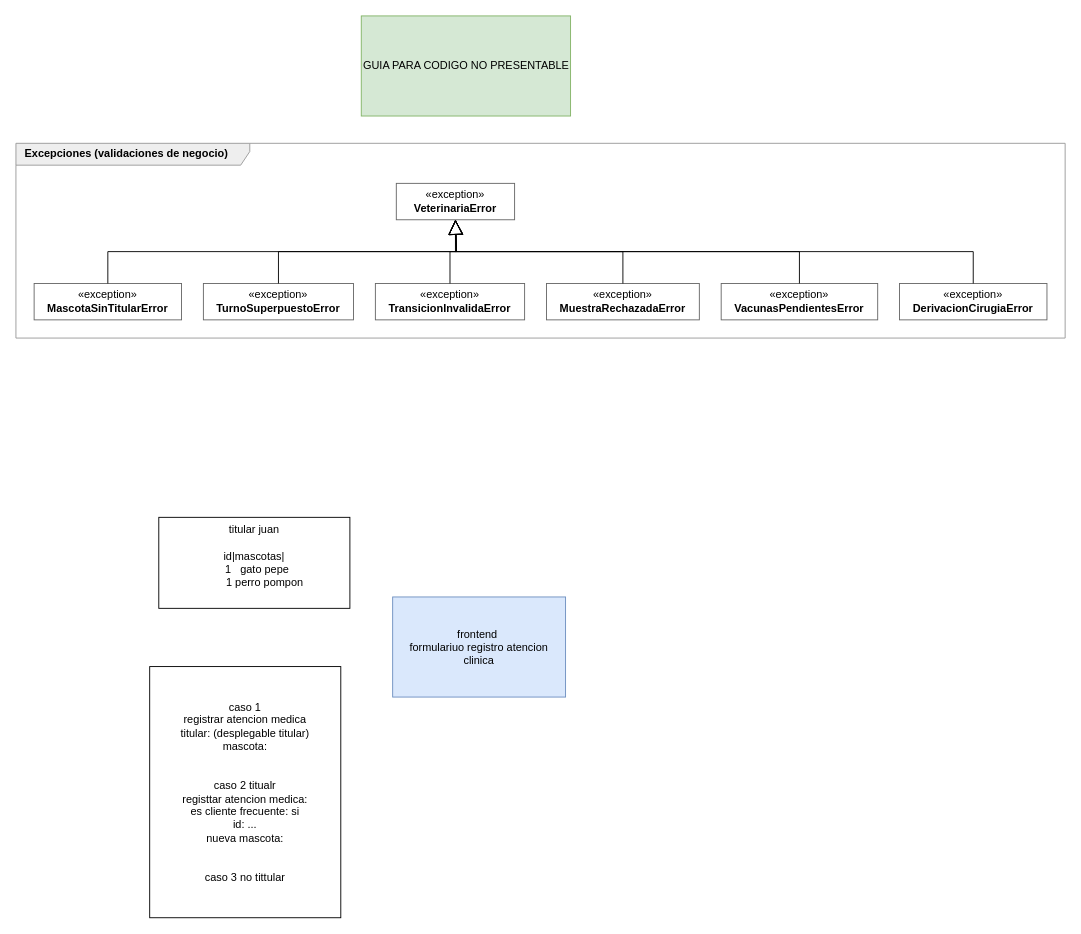
This is page "opciones" (2 of 2) of docs/diagrama_clases_v2.drawio from jessbaigorria/TPI_Veterinaria, a draw.io file, before an edit. Source tidied: cells renumbered, new cells numbered last; positions are measured from the earlier drawing's top-left corner, leaving out a move shared by most shapes. Both pictures are drawn from the tidied source at 91%, with x=0, y=0 at pixel (15, 15).
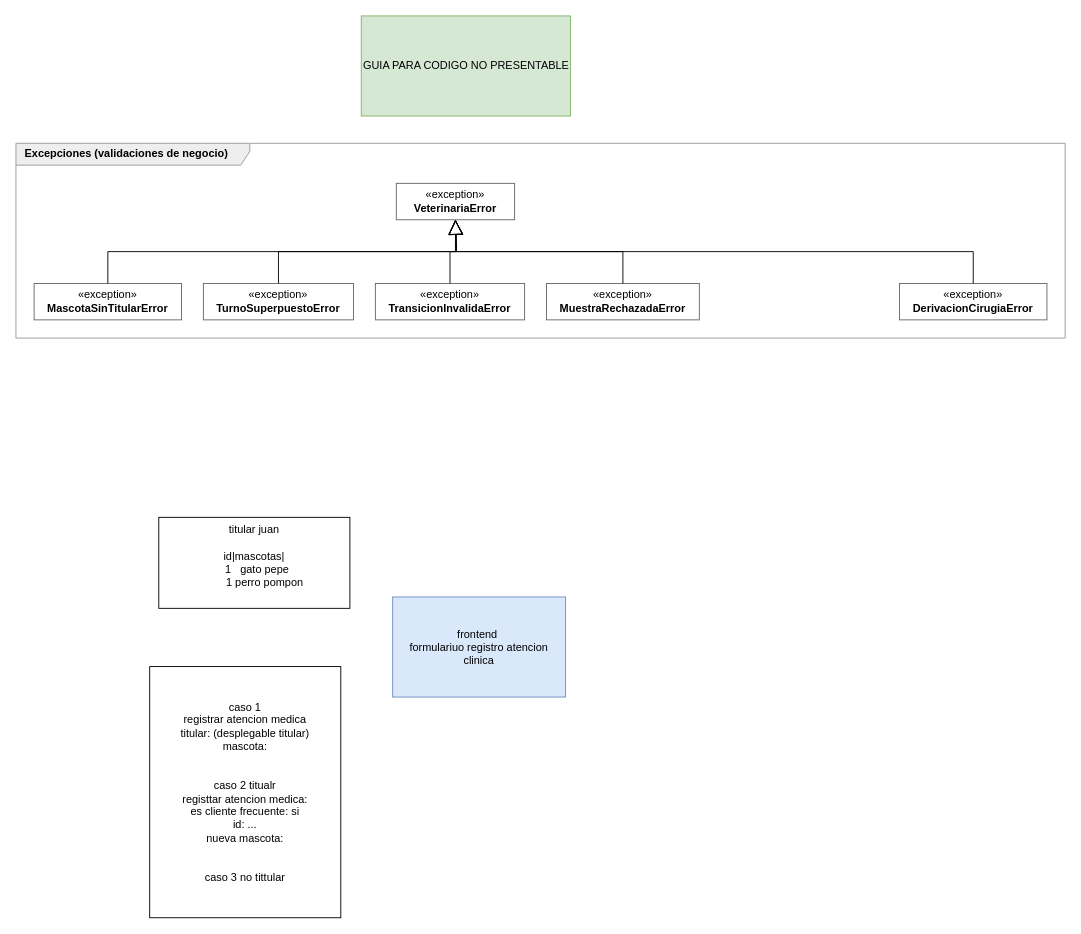
Above is the later version.

The change refers to these unchanged cells:
```xml
<mxCell id="3" value="&amp;laquo;exception&amp;raquo;&lt;br&gt;&lt;b&gt;VeterinariaError&lt;/b&gt;" style="rounded=0;whiteSpace=wrap;html=1;fillColor=#ffffff;strokeColor=#666666;fontSize=12;" parent="1" vertex="1">
  <mxGeometry x="418" y="184" width="130" height="40" as="geometry" />
</mxCell>
```

Change to the diagram source:
```diff
@@
-    <mxCell id="8" value="&amp;laquo;exception&amp;raquo;&lt;br&gt;&lt;b&gt;VacunasPendientesError&lt;/b&gt;" style="rounded=0;whiteSpace=wrap;html=1;fillColor=#ffffff;strokeColor=#666666;fontSize=12;" parent="1" vertex="1">
-      <mxGeometry x="775" y="294" width="172" height="40" as="geometry" />
-    </mxCell>
@@
-    <mxCell id="13" style="edgeStyle=orthogonalEdgeStyle;html=1;rounded=0;fontSize=11;labelBackgroundColor=#ffffff;jumpStyle=arc;jumpSize=8;endArrow=block;endFill=0;endSize=14;exitX=0.5000;exitY=0.0000;exitDx=0;exitDy=0;entryX=0.5000;entryY=1.0000;entryDx=0;entryDy=0;" parent="1" edge="1" source="8" target="3">
-      <mxGeometry relative="1" as="geometry">
-        <Array as="points">
-          <mxPoint x="861" y="259" />
-          <mxPoint x="484" y="259" />
-        </Array>
-      </mxGeometry>
-    </mxCell>
```
